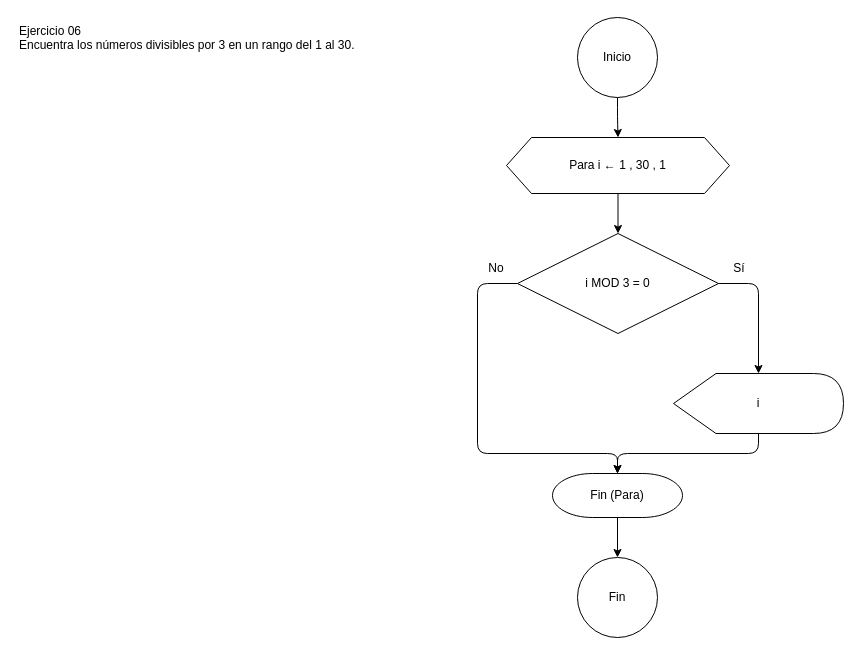
Earlier version of the draw.io diagram DATOS Y ALGORITMOS/Practica/2_Repeticion_Para_Mientras/Ejercicio_06/diagrama.drawio (gonzalogiolitti/facultad-tcd). Source tidied: cells renumbered, new cells numbered last; positions are measured from the earlier drawing's top-left corner, leaving out a move shared by most shapes. Both pictures are drawn from the tidied source at 100%, with x=0, y=0 at pixel (17, 17).
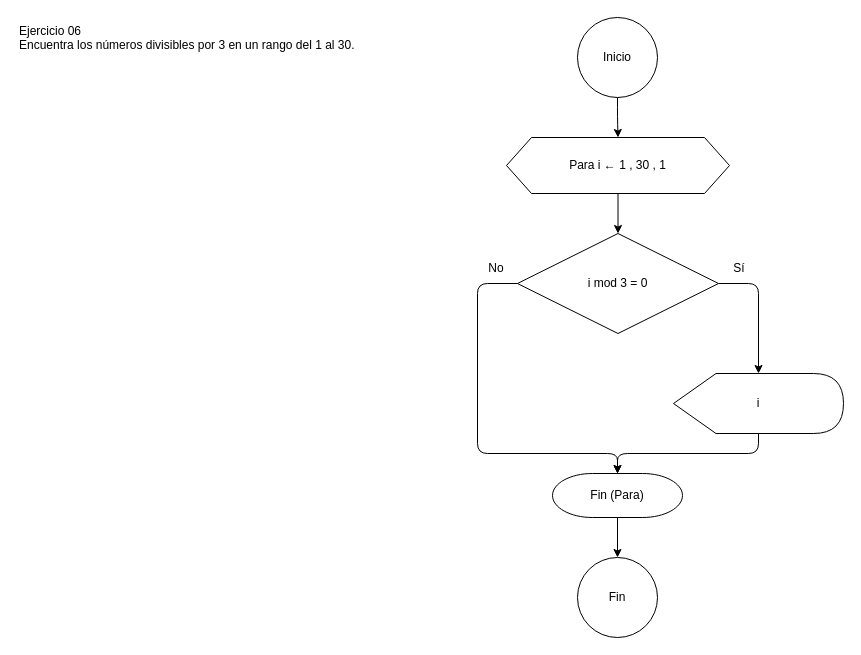
The same diagram, later.

What changed in the source:
```diff
@@
-    <mxCell id="5" value="i MOD 3 = 0" style="rhombus;whiteSpace=wrap;html=1;" parent="1" vertex="1">
+    <mxCell id="5" value="i mod 3 = 0" style="rhombus;whiteSpace=wrap;html=1;" parent="1" vertex="1">
       <mxGeometry x="500" y="216" width="201" height="100" as="geometry" />
     </mxCell>
```
